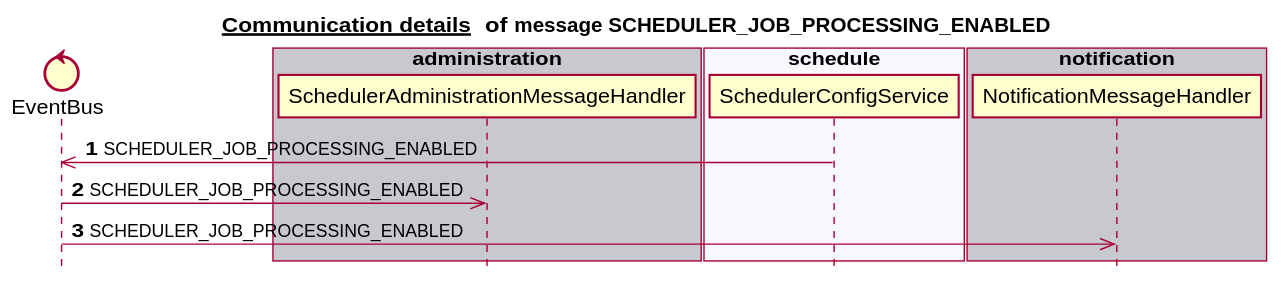
Earlier version of the PlantUML export docs/latest/images/gen_domain_messaging_scheduler_job_processing_enabled.svg (mercedes-benz/sechub).
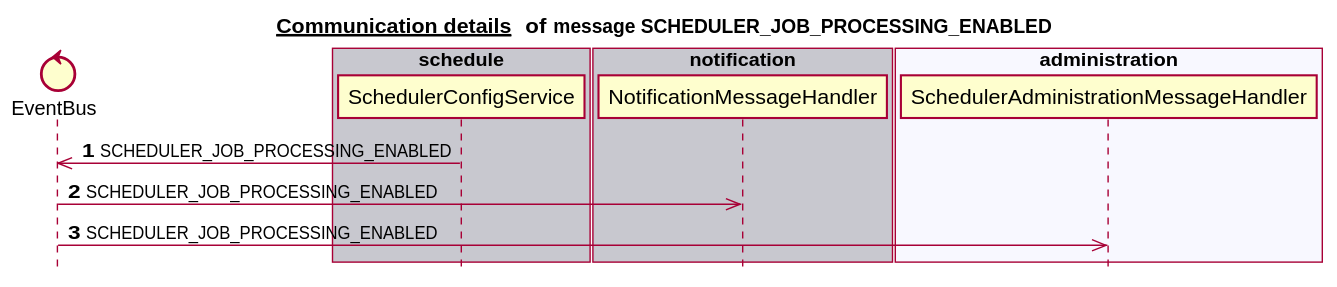
Later version of the same file.

What changed in the source:
```diff
@@ -6,23 +6,23 @@
 
 
 control EventBus
-box "authorization" #C8C8CF
+box "schedule" #C8C8CF
+   participant SchedulerConfigService
 end box
 box "scan" #F8F8FF
-end box
-box "administration" #C8C8CF
-   participant SchedulerAdministrationMessageHandler
-end box
-box "schedule" #F8F8FF
-   participant SchedulerConfigService
 end box
 box "notification" #C8C8CF
    participant NotificationMessageHandler
 end box
+box "administration" #F8F8FF
+   participant SchedulerAdministrationMessageHandler
+end box
+box "authorization" #C8C8CF
+end box
 autonumber 1
 SchedulerConfigService ->> EventBus:SCHEDULER_JOB_PROCESSING_ENABLED
+EventBus ->> NotificationMessageHandler:SCHEDULER_JOB_PROCESSING_ENABLED
 EventBus ->> SchedulerAdministrationMessageHandler:SCHEDULER_JOB_PROCESSING_ENABLED
-EventBus ->> NotificationMessageHandler:SCHEDULER_JOB_PROCESSING_ENABLED
 autonumber stop
 
 
```
